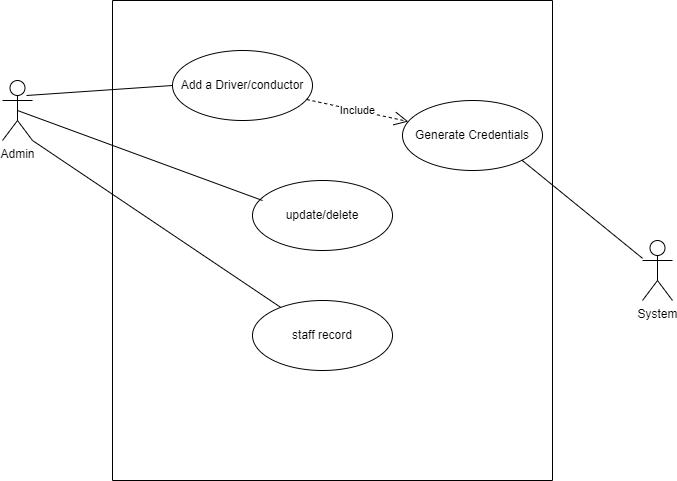
Abubakar-doc/FYP-24-SE-A-204 keeps this draw.io diagram as Project Real-Time Bus ID Verification and Tracking/DOCUMENTATION/UseCaseDiagrams/BusStaffManagement.drawio.png. Above is the earlier version. Source tidied: cells renumbered, new cells last; positions are measured from the earlier drawing's top-left corner, leaving out a move shared by most shapes. Source of this version:
```xml
<mxGraphModel>
  <root>
    <mxCell id="0" />
    <mxCell id="1" parent="0" />
    <mxCell id="2" style="swimlane;startSize=0;" parent="1" vertex="1">
      <mxGeometry x="110" width="440" height="480" as="geometry" />
    </mxCell>
    <mxCell id="3" value="Add a Driver/conductor" style="ellipse;whiteSpace=wrap;html=1;" parent="2" vertex="1">
      <mxGeometry x="60" y="50" width="140" height="70" as="geometry" />
    </mxCell>
    <mxCell id="4" value="Generate Credentials" style="ellipse;whiteSpace=wrap;html=1;" parent="2" vertex="1">
      <mxGeometry x="290" y="100" width="140" height="70" as="geometry" />
    </mxCell>
    <mxCell id="5" value="staff record" style="ellipse;whiteSpace=wrap;html=1;" parent="2" vertex="1">
      <mxGeometry x="140" y="300" width="140" height="70" as="geometry" />
    </mxCell>
    <mxCell id="6" value="update/delete" style="ellipse;whiteSpace=wrap;html=1;" parent="2" vertex="1">
      <mxGeometry x="140" y="180" width="140" height="70" as="geometry" />
    </mxCell>
    <mxCell id="7" value="Include" style="endArrow=open;endSize=12;dashed=1;html=1;rounded=0;" parent="2" edge="1" source="3" target="4">
      <mxGeometry relative="1" as="geometry" />
    </mxCell>
    <mxCell id="8" value="Admin" style="shape=umlActor;verticalLabelPosition=bottom;verticalAlign=top;html=1;" parent="1" vertex="1">
      <mxGeometry y="80" width="30" height="60" as="geometry" />
    </mxCell>
    <mxCell id="9" value="System" style="shape=umlActor;verticalLabelPosition=bottom;verticalAlign=top;html=1;" parent="1" vertex="1">
      <mxGeometry x="640" y="240" width="30" height="60" as="geometry" />
    </mxCell>
    <mxCell id="10" style="endArrow=none;html=1;rounded=0;exitX=0.8;exitY=0.25;exitDx=0;exitDy=0;exitPerimeter=0;entryX=0;entryY=0.5;entryDx=0;entryDy=0;" parent="1" edge="1" source="8" target="3">
      <mxGeometry relative="1" as="geometry" />
    </mxCell>
    <mxCell id="11" style="endArrow=none;html=1;rounded=0;exitX=0.5;exitY=0.5;exitDx=0;exitDy=0;exitPerimeter=0;" parent="1" edge="1" source="8">
      <mxGeometry relative="1" as="geometry">
        <mxPoint x="260" y="200" as="targetPoint" />
      </mxGeometry>
    </mxCell>
    <mxCell id="12" style="endArrow=none;html=1;rounded=0;exitX=1;exitY=1;exitDx=0;exitDy=0;exitPerimeter=0;" parent="1" edge="1" source="8" target="5">
      <mxGeometry relative="1" as="geometry" />
    </mxCell>
    <mxCell id="13" style="endArrow=none;html=1;rounded=0;exitX=1;exitY=1;exitDx=0;exitDy=0;" parent="1" edge="1" source="4" target="9">
      <mxGeometry relative="1" as="geometry" />
    </mxCell>
  </root>
</mxGraphModel>
```
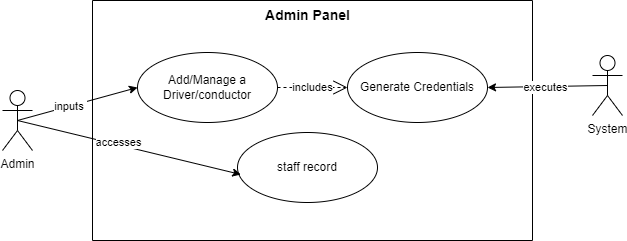
Later version of the same file.

The edit, as a diff of the source:
```diff
@@ -3,42 +3,46 @@
     <mxCell id="0" />
     <mxCell id="1" parent="0" />
     <mxCell id="2" style="swimlane;startSize=0;" parent="1" vertex="1">
-      <mxGeometry x="110" width="440" height="480" as="geometry" />
+      <mxGeometry x="110" width="440" height="240" as="geometry" />
     </mxCell>
+    <mxCell id="7" value="includes" style="endArrow=open;endSize=12;dashed=1;html=1;rounded=0;" parent="2" edge="1" source="3" target="4">
+      <mxGeometry relative="1" as="geometry" />
+    </mxCell>
+    <mxCell id="9" value="System" style="shape=umlActor;verticalLabelPosition=bottom;verticalAlign=top;html=1;" parent="2" vertex="1">
+      <mxGeometry x="500" y="55" width="30" height="60" as="geometry" />
+    </mxCell>
+    <mxCell id="14" style="rounded=0;jettySize=auto;html=1;exitX=0.5;exitY=0.5;exitDx=0;exitDy=0;exitPerimeter=0;entryX=1;entryY=0.5;entryDx=0;entryDy=0;" parent="2" edge="1" source="9" target="4">
+      <mxGeometry relative="1" as="geometry" />
+    </mxCell>
+    <mxCell id="15" value="executes" style="edgeLabel;html=1;align=center;verticalAlign=middle;" parent="14" vertex="1">
+      <mxGeometry x="0.05" relative="1" as="geometry" />
+    </mxCell>
-    <mxCell id="3" value="Add a Driver/conductor" style="ellipse;whiteSpace=wrap;html=1;" parent="2" vertex="1">
-      <mxGeometry x="60" y="50" width="140" height="70" as="geometry" />
+    <mxCell id="3" value="Add/Manage a Driver/conductor" style="ellipse;whiteSpace=wrap;html=1;" parent="2" vertex="1">
+      <mxGeometry x="45" y="52" width="140" height="70" as="geometry" />
     </mxCell>
+    <mxCell id="5" value="staff record" style="ellipse;whiteSpace=wrap;html=1;" parent="2" vertex="1">
+      <mxGeometry x="145" y="132" width="140" height="70" as="geometry" />
+    </mxCell>
     <mxCell id="4" value="Generate Credentials" style="ellipse;whiteSpace=wrap;html=1;" parent="2" vertex="1">
-      <mxGeometry x="290" y="100" width="140" height="70" as="geometry" />
+      <mxGeometry x="255" y="52" width="140" height="70" as="geometry" />
     </mxCell>
-    <mxCell id="5" value="staff record" style="ellipse;whiteSpace=wrap;html=1;" parent="2" vertex="1">
-      <mxGeometry x="140" y="300" width="140" height="70" as="geometry" />
-    </mxCell>
-    <mxCell id="6" value="update/delete" style="ellipse;whiteSpace=wrap;html=1;" parent="2" vertex="1">
-      <mxGeometry x="140" y="180" width="140" height="70" as="geometry" />
-    </mxCell>
-    <mxCell id="7" value="Include" style="endArrow=open;endSize=12;dashed=1;html=1;rounded=0;" parent="2" edge="1" source="3" target="4">
-      <mxGeometry relative="1" as="geometry" />
-    </mxCell>
+    <mxCell id="16" value="&lt;b&gt;&lt;font style=&quot;font-size: 14px;&quot;&gt;Admin Panel&lt;/font&gt;&lt;/b&gt;" style="text;html=1;align=center;verticalAlign=middle;strokeColor=none;fillColor=none;" parent="2" vertex="1">
+      <mxGeometry x="160" width="110" height="30" as="geometry" />
+    </mxCell>
+    <mxCell id="10" style="rounded=0;jettySize=auto;html=1;exitX=0.5;exitY=0.5;exitDx=0;exitDy=0;exitPerimeter=0;entryX=0;entryY=0.5;entryDx=0;entryDy=0;" parent="1" edge="1" source="8" target="3">
+      <mxGeometry relative="1" as="geometry" />
+    </mxCell>
+    <mxCell id="17" value="inputs&amp;nbsp;" style="edgeLabel;html=1;align=center;verticalAlign=middle;" parent="10" vertex="1">
+      <mxGeometry x="-0.14" relative="1" as="geometry" />
+    </mxCell>
     <mxCell id="8" value="Admin" style="shape=umlActor;verticalLabelPosition=bottom;verticalAlign=top;html=1;" parent="1" vertex="1">
-      <mxGeometry y="80" width="30" height="60" as="geometry" />
+      <mxGeometry x="20" y="90" width="30" height="60" as="geometry" />
     </mxCell>
-    <mxCell id="9" value="System" style="shape=umlActor;verticalLabelPosition=bottom;verticalAlign=top;html=1;" parent="1" vertex="1">
-      <mxGeometry x="640" y="240" width="30" height="60" as="geometry" />
-    </mxCell>
-    <mxCell id="10" style="endArrow=none;html=1;rounded=0;exitX=0.8;exitY=0.25;exitDx=0;exitDy=0;exitPerimeter=0;entryX=0;entryY=0.5;entryDx=0;entryDy=0;" parent="1" edge="1" source="8" target="3">
-      <mxGeometry relative="1" as="geometry" />
-    </mxCell>
-    <mxCell id="11" style="endArrow=none;html=1;rounded=0;exitX=0.5;exitY=0.5;exitDx=0;exitDy=0;exitPerimeter=0;" parent="1" edge="1" source="8">
-      <mxGeometry relative="1" as="geometry">
-        <mxPoint x="260" y="200" as="targetPoint" />
-      </mxGeometry>
-    </mxCell>
-    <mxCell id="12" style="endArrow=none;html=1;rounded=0;exitX=1;exitY=1;exitDx=0;exitDy=0;exitPerimeter=0;" parent="1" edge="1" source="8" target="5">
+    <mxCell id="12" style="rounded=0;jettySize=auto;html=1;exitX=0.5;exitY=0.5;exitDx=0;exitDy=0;exitPerimeter=0;entryX=0.024;entryY=0.6;entryDx=0;entryDy=0;entryPerimeter=0;strokeColor=default;" parent="1" edge="1" source="8" target="5">
       <mxGeometry relative="1" as="geometry" />
     </mxCell>
-    <mxCell id="13" style="endArrow=none;html=1;rounded=0;exitX=1;exitY=1;exitDx=0;exitDy=0;" parent="1" edge="1" source="4" target="9">
-      <mxGeometry relative="1" as="geometry" />
-    </mxCell>
+    <mxCell id="18" value="accesses" style="edgeLabel;html=1;align=center;verticalAlign=middle;" parent="12" vertex="1">
+      <mxGeometry x="-0.11" y="3" relative="1" as="geometry" />
+    </mxCell>
   </root>
 </mxGraphModel>
```
